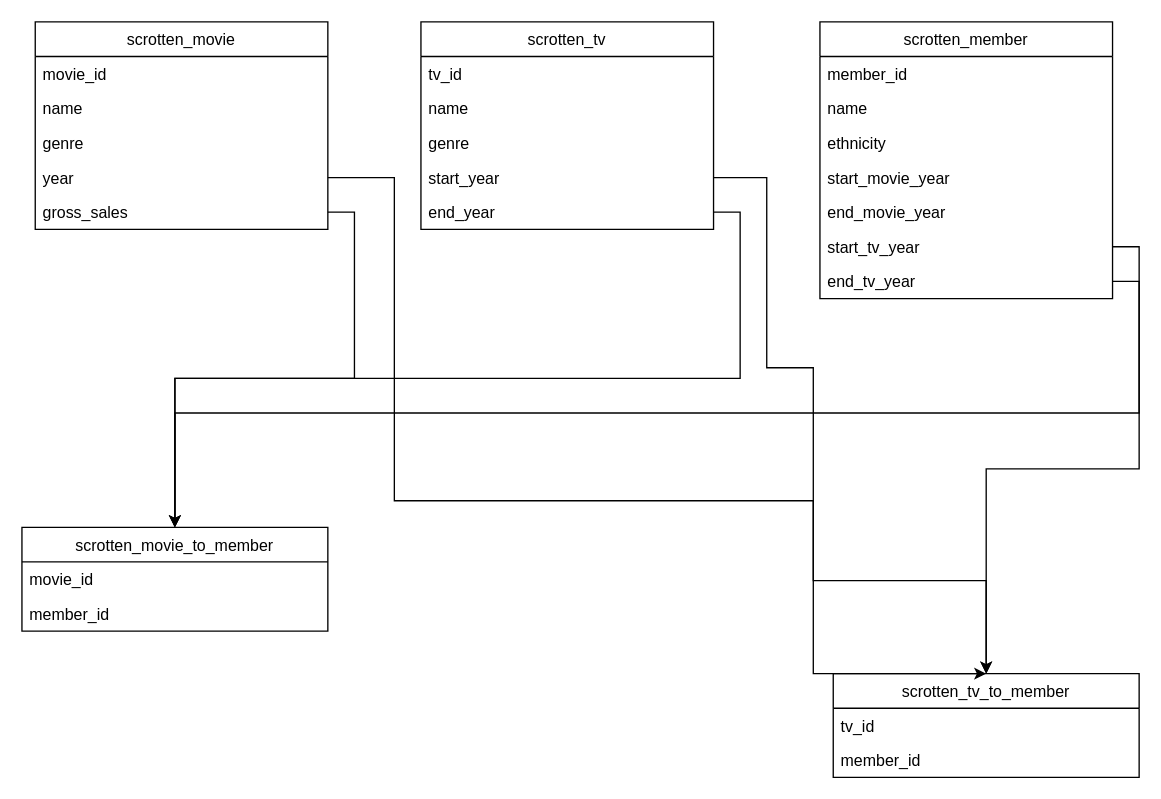
The draw.io diagram design/rotten_scrapper_design.drawio in ctjong27/scrotten_movies, before the edit. Source tidied: cells renumbered, new cells numbered last; positions are measured from the earlier drawing's top-left corner, leaving out a move shared by most shapes. Both pictures are drawn from the tidied source at 133%, with x=0, y=0 at pixel (21, 21).
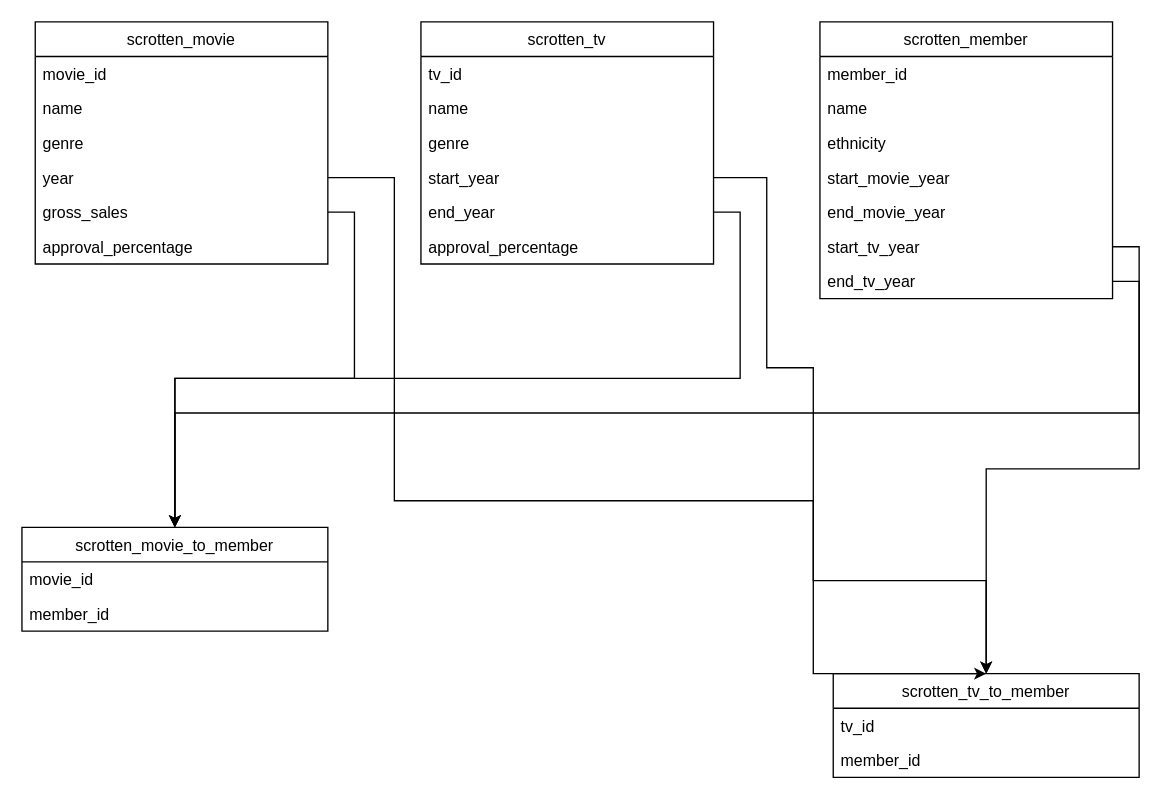
Above is the later version.

Commit message:
Scrotten design update

The edit, as a diff of the source:
```diff
@@
     <mxCell id="2" value="scrotten_movie" style="swimlane;fontStyle=0;horizontal=1;startSize=26;" parent="1" vertex="1">
-      <mxGeometry x="10" width="220" height="156" as="geometry" />
+      <mxGeometry x="10" width="220" height="182" as="geometry" />
     </mxCell>
@@
+    <mxCell id="34" value="approval_percentage" style="text;strokeColor=none;fillColor=none;align=left;verticalAlign=top;spacingLeft=4;spacingRight=4;overflow=hidden;" parent="2" vertex="1">
+      <mxGeometry y="156" width="220" height="26" as="geometry" />
+    </mxCell>
@@
     <mxCell id="16" value="scrotten_tv" style="swimlane;fontStyle=0;horizontal=1;startSize=26;" parent="1" vertex="1">
-      <mxGeometry x="300" width="220" height="156" as="geometry" />
+      <mxGeometry x="300" width="220" height="182" as="geometry" />
     </mxCell>
@@
+    <mxCell id="35" value="approval_percentage" style="text;strokeColor=none;fillColor=none;align=left;verticalAlign=top;spacingLeft=4;spacingRight=4;overflow=hidden;" parent="16" vertex="1">
+      <mxGeometry y="156" width="220" height="26" as="geometry" />
+    </mxCell>
```
